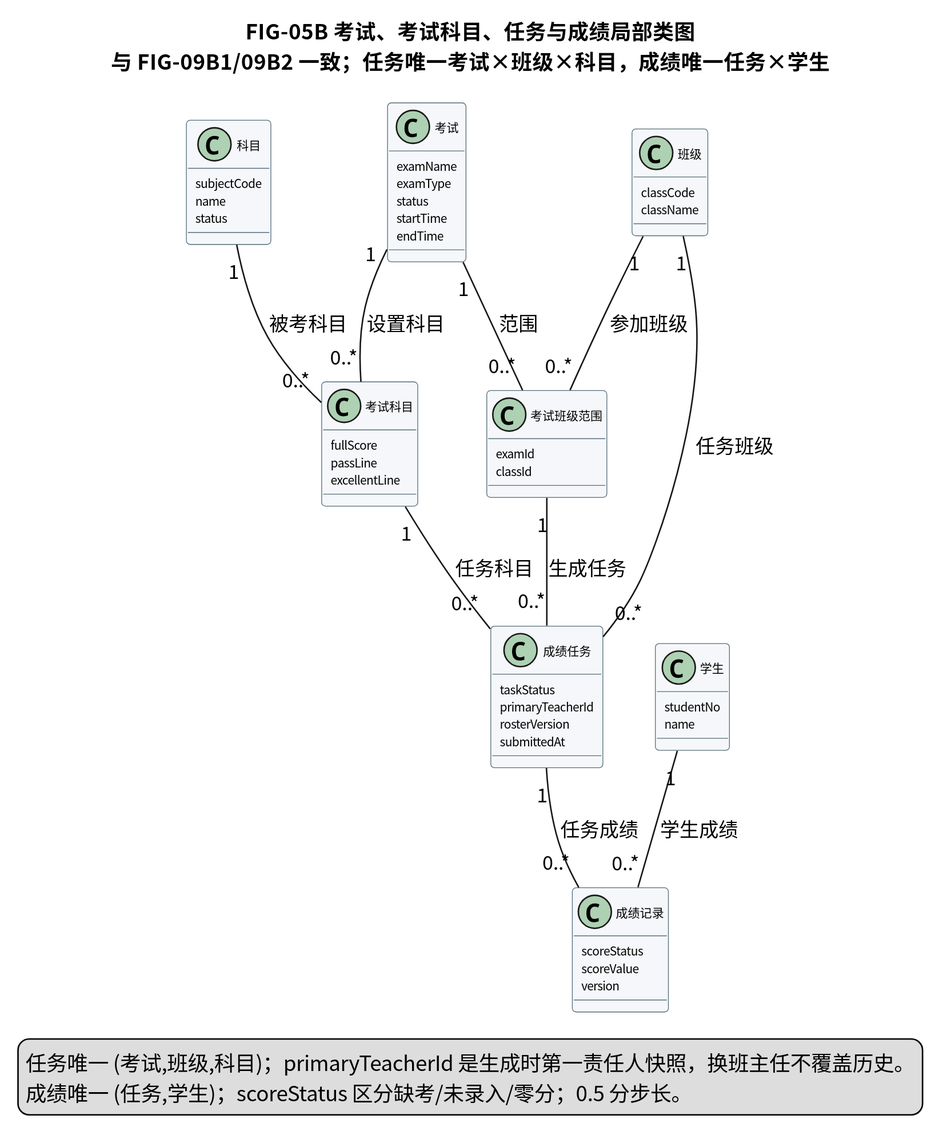
Above: docs/requirements/diagrams/svg/FIG-05B-考试成绩局部类图.svg in Creepppper/Student_System (PlantUML), before the change. Its diagram source:
```plantuml
@startuml
skinparam defaultFontName "Noto Sans CJK SC"
skinparam dpi 180
skinparam shadowing false
skinparam classAttributeIconSize 0
skinparam classFontSize 8
skinparam classAttributeFontSize 8
skinparam class {
  BackgroundColor #F5F7FA
  BorderColor #546E7A
}
title FIG-05B 考试、考试科目、任务与成绩局部类图\n与 FIG-09B1/09B2 一致；任务唯一考试×班级×科目，成绩唯一任务×学生

class "科目" as Subject {
  subjectCode
  name
  status
}
class "考试" as Exam {
  examName
  examType
  status
  startTime
  endTime
}
class "考试班级范围" as ExamClass {
  examId
  classId
}
class "考试科目" as ExamSubject {
  fullScore
  passLine
  excellentLine
}
class "成绩任务" as Task {
  taskStatus
  primaryTeacherId
  rosterVersion
  submittedAt
}
class "成绩记录" as Score {
  scoreStatus
  scoreValue
  version
}
class "学生" as Student {
  studentNo
  name
}

class "班级" as Class {
  classCode
  className
}
Subject "1" -- "0..*" ExamSubject : 被考科目
Exam "1" -- "0..*" ExamSubject : 设置科目
Exam "1" -- "0..*" ExamClass : 范围
Class "1" -- "0..*" ExamClass : 参加班级
ExamClass "1" -- "0..*" Task : 生成任务
ExamSubject "1" -- "0..*" Task : 任务科目
Task "1" -- "0..*" Score : 任务成绩
Student "1" -- "0..*" Score : 学生成绩

Class "1" -- "0..*" Task : 任务班级
legend bottom
  任务唯一 (考试,班级,科目)；primaryTeacherId 是生成时第一责任人快照，换班主任不覆盖历史。
  成绩唯一 (任务,学生)；scoreStatus 区分缺考/未录入/零分；0.5 分步长。
endlegend
@enduml
```
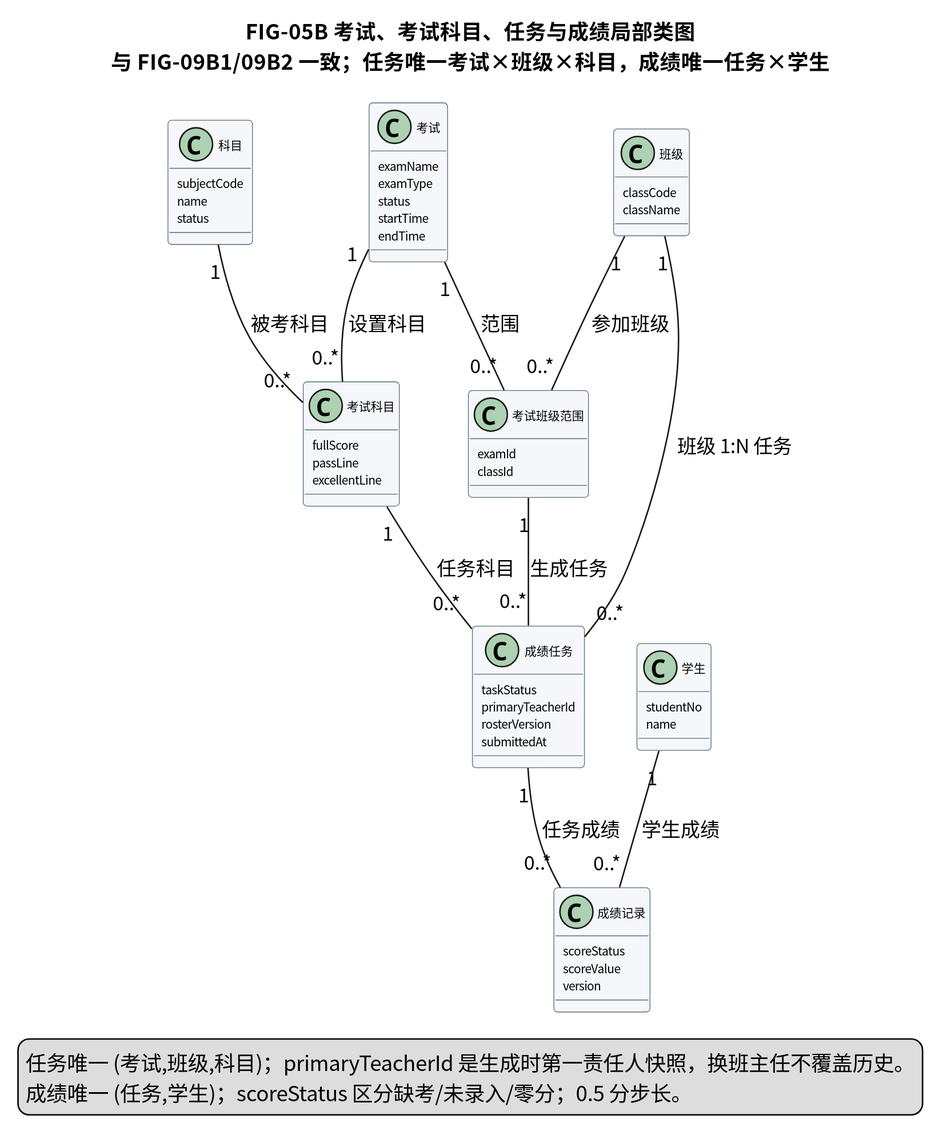
After the commit.

Diff of the diagram source:
```diff
@@ -61,7 +61,7 @@
 Task "1" -- "0..*" Score : 任务成绩
 Student "1" -- "0..*" Score : 学生成绩
 
-Class "1" -- "0..*" Task : 任务班级
+Class "1" -- "0..*" Task : 班级 1:N 任务
 legend bottom
   任务唯一 (考试,班级,科目)；primaryTeacherId 是生成时第一责任人快照，换班主任不覆盖历史。
   成绩唯一 (任务,学生)；scoreStatus 区分缺考/未录入/零分；0.5 分步长。
```
